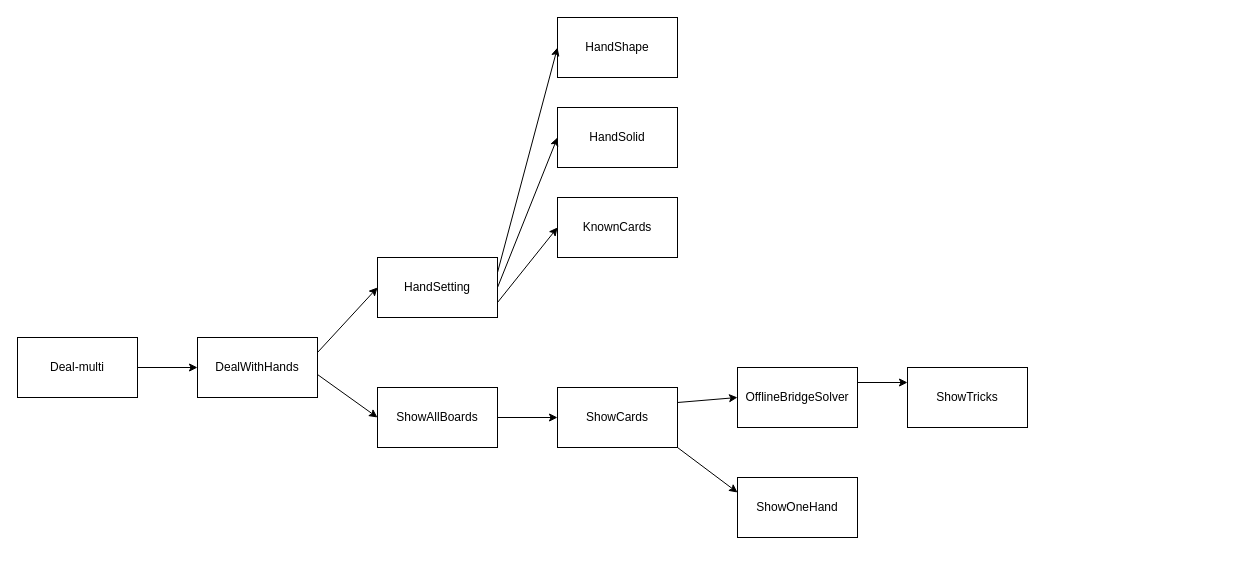
Before: architecture.drawio in S-N-O-R-L-A-X/Bridge-Tools, a draw.io diagram. Source tidied: cells renumbered, new cells numbered last; positions are measured from the earlier drawing's top-left corner, leaving out a move shared by most shapes. Both pictures are drawn from the tidied source at 100%, with x=0, y=0 at pixel (17, 17).
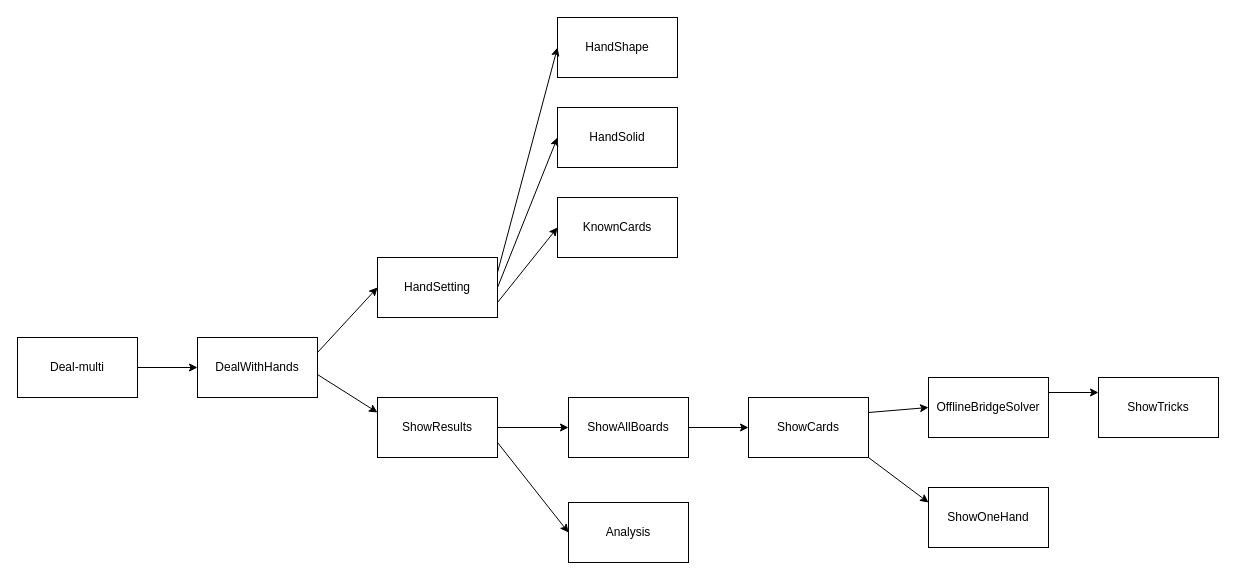
The same diagram, later.

Unchanged cells that the change refers to:
```xml
<mxCell id="3" value="DealWithHands" style="rounded=0;whiteSpace=wrap;html=1;" parent="1" vertex="1">
  <mxGeometry x="180" y="320" width="120" height="60" as="geometry" />
</mxCell>
```

What changed in the source:
```diff
@@
     <mxCell id="5" value="ShowAllBoards" style="rounded=0;whiteSpace=wrap;html=1;" parent="1" vertex="1">
-      <mxGeometry x="360" y="370" width="120" height="60" as="geometry" />
+      <mxGeometry x="551" y="380" width="120" height="60" as="geometry" />
     </mxCell>
     <mxCell id="6" value="ShowCards" style="rounded=0;whiteSpace=wrap;html=1;" parent="1" vertex="1">
-      <mxGeometry x="540" y="370" width="120" height="60" as="geometry" />
+      <mxGeometry x="731" y="380" width="120" height="60" as="geometry" />
     </mxCell>
     <mxCell id="7" value="OfflineBridgeSolver" style="rounded=0;whiteSpace=wrap;html=1;" parent="1" vertex="1">
-      <mxGeometry x="720" y="350" width="120" height="60" as="geometry" />
+      <mxGeometry x="911" y="360" width="120" height="60" as="geometry" />
     </mxCell>
     <mxCell id="8" value="ShowTricks" style="rounded=0;whiteSpace=wrap;html=1;" parent="1" vertex="1">
-      <mxGeometry x="890" y="350" width="120" height="60" as="geometry" />
+      <mxGeometry x="1081" y="360" width="120" height="60" as="geometry" />
     </mxCell>
@@
-    <mxCell id="10" style="endArrow=classic;html=1;entryX=0;entryY=0.5;entryDx=0;entryDy=0;exitX=1;exitY=0.617;exitDx=0;exitDy=0;exitPerimeter=0;" parent="1" edge="1" source="3" target="5">
+    <mxCell id="10" style="endArrow=classic;html=1;entryX=0;entryY=0.25;entryDx=0;entryDy=0;exitX=1;exitY=0.617;exitDx=0;exitDy=0;exitPerimeter=0;" parent="1" edge="1" source="3" target="25">
       <mxGeometry relative="1" as="geometry" />
     </mxCell>
@@
     <mxCell id="15" value="ShowOneHand" style="rounded=0;whiteSpace=wrap;html=1;" parent="1" vertex="1">
-      <mxGeometry x="720" y="460" width="120" height="60" as="geometry" />
+      <mxGeometry x="911" y="470" width="120" height="60" as="geometry" />
     </mxCell>
@@
+    <mxCell id="23" style="edgeStyle=none;html=1;exitX=1;exitY=0.5;exitDx=0;exitDy=0;" parent="1" edge="1" source="25" target="5">
+      <mxGeometry relative="1" as="geometry" />
+    </mxCell>
+    <mxCell id="24" style="edgeStyle=none;html=1;exitX=1;exitY=0.75;exitDx=0;exitDy=0;entryX=0;entryY=0.5;entryDx=0;entryDy=0;" parent="1" edge="1" source="25" target="26">
+      <mxGeometry relative="1" as="geometry" />
+    </mxCell>
+    <mxCell id="25" value="ShowResults" style="whiteSpace=wrap;html=1;" parent="1" vertex="1">
+      <mxGeometry x="360" y="380" width="120" height="60" as="geometry" />
+    </mxCell>
+    <mxCell id="26" value="Analysis" style="whiteSpace=wrap;html=1;" parent="1" vertex="1">
+      <mxGeometry x="551" y="485" width="120" height="60" as="geometry" />
+    </mxCell>
```
